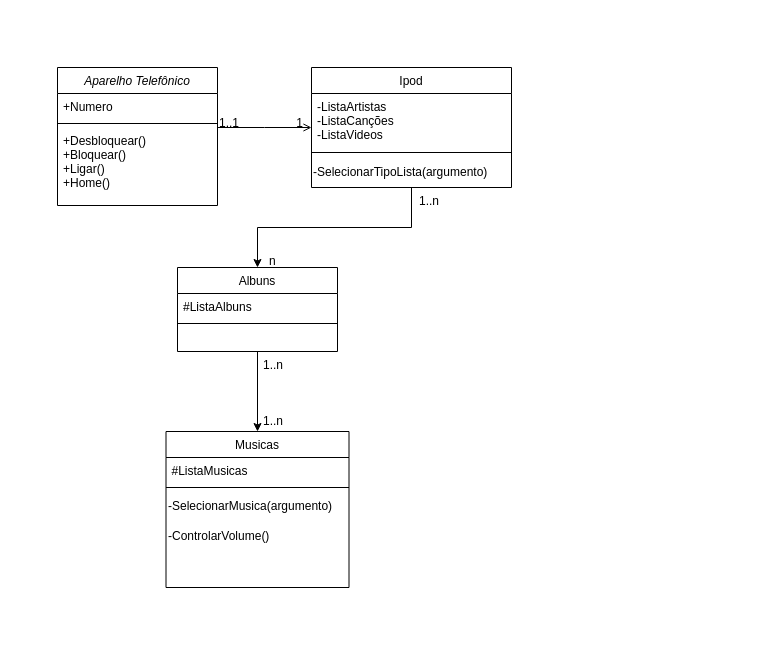
Above: Diagrama sem nome.drawio in alexandremrrocha/UML-IPhone (draw.io), before the change. Source tidied: cells renumbered, new cells numbered last; positions are measured from the earlier drawing's top-left corner, leaving out a move shared by most shapes. Both pictures are drawn from the tidied source at 100%, with x=0, y=0 at pixel (57, 17).
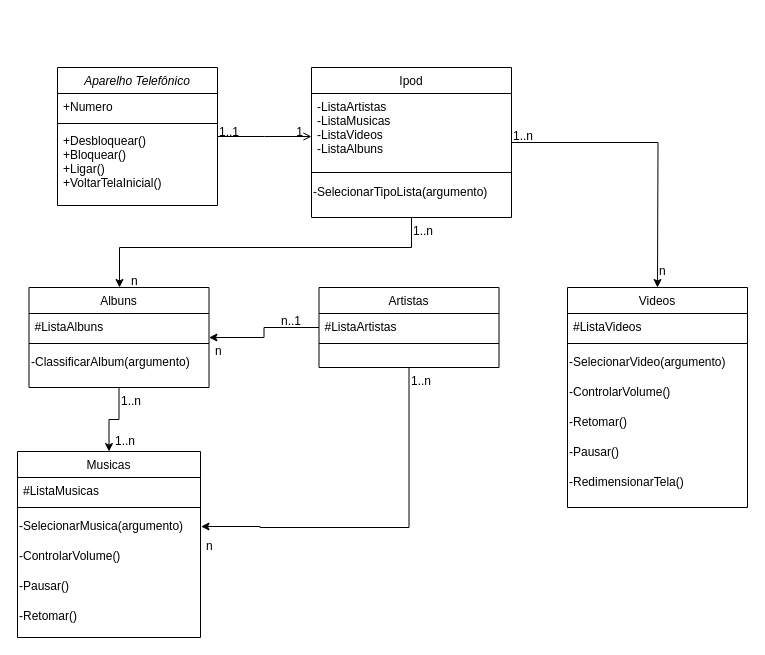
The same diagram, later.

Commit message:
Classe pai Ipod e suas filhas .drawio

The change refers to these unchanged cells:
```xml
<mxCell id="2" value="Aparelho Telefônico" style="swimlane;fontStyle=2;align=center;verticalAlign=top;horizontal=1;startSize=26;rounded=0;shadow=0;strokeWidth=1;" parent="1" vertex="1">
  <mxGeometry y="50" width="160" height="138" as="geometry" />
</mxCell>
<mxCell id="24" value="&lt;div align=&quot;left&quot;&gt;-SelecionarMusica(argumento)&lt;/div&gt;" style="text;html=1;align=left;verticalAlign=middle;points=[];strokeColor=none;fillColor=none;" parent="21" vertex="1">
  <mxGeometry y="60" width="183" height="30" as="geometry" />
</mxCell>
```

Change to the diagram source:
```diff
@@
-    <mxCell id="5" value="+Desbloquear()&#10;+Bloquear()&#10;+Ligar()&#10;+Home()&#10;&#10;" style="text;align=left;verticalAlign=top;spacingLeft=4;spacingRight=4;overflow=hidden;" parent="2" vertex="1">
+    <mxCell id="5" value="+Desbloquear()&#10;+Bloquear()&#10;+Ligar()&#10;+VoltarTelaInicial()&#10;&#10;" style="text;align=left;verticalAlign=top;spacingLeft=4;spacingRight=4;overflow=hidden;" parent="2" vertex="1">
       <mxGeometry y="60" width="160" height="70" as="geometry" />
     </mxCell>
     <mxCell id="6" style="edgeStyle=orthogonalEdgeStyle;rounded=0;jettySize=auto;html=1;" parent="1" edge="1" source="7" target="15">
-      <mxGeometry relative="1" as="geometry" />
+      <mxGeometry relative="1" as="geometry">
+        <Array as="points">
+          <mxPoint x="354" y="230" />
+          <mxPoint x="62" y="230" />
+        </Array>
+      </mxGeometry>
     </mxCell>
+    <mxCell id="28" style="edgeStyle=orthogonalEdgeStyle;rounded=0;jettySize=auto;html=1;" parent="1" edge="1" source="7">
+      <mxGeometry relative="1" as="geometry">
+        <mxPoint x="600" y="270" as="targetPoint" />
+      </mxGeometry>
+    </mxCell>
     <mxCell id="7" value="Ipod" style="swimlane;fontStyle=0;align=center;verticalAlign=top;horizontal=1;startSize=26;rounded=0;shadow=0;strokeWidth=1;" parent="1" vertex="1">
-      <mxGeometry x="254" y="50" width="200" height="120" as="geometry" />
+      <mxGeometry x="254" y="50" width="200" height="150" as="geometry" />
     </mxCell>
-    <mxCell id="8" value="-ListaArtistas&#10;-ListaCanções&#10;-ListaVideos" style="text;align=left;verticalAlign=top;spacingLeft=4;spacingRight=4;overflow=hidden;" parent="7" vertex="1">
-      <mxGeometry y="26" width="200" height="54" as="geometry" />
+    <mxCell id="8" value="-ListaArtistas&#10;-ListaMusicas&#10;-ListaVideos&#10;-ListaAlbuns&#10;" style="text;align=left;verticalAlign=top;spacingLeft=4;spacingRight=4;overflow=hidden;" parent="7" vertex="1">
+      <mxGeometry y="26" width="200" height="74" as="geometry" />
     </mxCell>
     <mxCell id="9" style="line;html=1;strokeWidth=1;align=left;verticalAlign=middle;spacingTop=-1;spacingLeft=3;spacingRight=3;labelPosition=right;" parent="7" vertex="1">
-      <mxGeometry y="80" width="200" height="10" as="geometry" />
+      <mxGeometry y="100" width="200" height="10" as="geometry" />
     </mxCell>
     <mxCell id="10" value="&lt;div align=&quot;left&quot;&gt;-SelecionarTipoLista(argumento)&lt;/div&gt;" style="text;html=1;align=left;verticalAlign=middle;strokeColor=none;fillColor=none;" parent="7" vertex="1">
-      <mxGeometry y="90" width="200" height="30" as="geometry" />
+      <mxGeometry y="110" width="200" height="30" as="geometry" />
     </mxCell>
@@
     <mxCell id="15" value="Albuns" style="swimlane;fontStyle=0;align=center;verticalAlign=top;horizontal=1;startSize=26;rounded=0;shadow=0;strokeWidth=1;" parent="1" vertex="1">
-      <mxGeometry x="120" y="250" width="160" height="84" as="geometry" />
+      <mxGeometry x="-28.5" y="270" width="180" height="100" as="geometry" />
     </mxCell>
     <mxCell id="16" value="#ListaAlbuns" style="text;align=left;verticalAlign=top;spacingLeft=4;spacingRight=4;overflow=hidden;rounded=0;shadow=0;html=0;" parent="15" vertex="1">
-      <mxGeometry y="26" width="160" height="26" as="geometry" />
+      <mxGeometry y="26" width="180" height="26" as="geometry" />
     </mxCell>
     <mxCell id="17" style="line;html=1;strokeWidth=1;align=left;verticalAlign=middle;spacingTop=-1;spacingLeft=3;spacingRight=3;labelPosition=right;" parent="15" vertex="1">
-      <mxGeometry y="52" width="160" height="8" as="geometry" />
+      <mxGeometry y="52" width="180" height="8" as="geometry" />
     </mxCell>
+    <mxCell id="29" value="&lt;div align=&quot;left&quot;&gt;-ClassificarAlbum(argumento)&lt;/div&gt;" style="text;html=1;align=left;verticalAlign=middle;strokeColor=none;fillColor=none;" parent="15" vertex="1">
+      <mxGeometry y="60" width="180" height="30" as="geometry" />
+    </mxCell>
@@
     <mxCell id="19" value="1..n" style="text;whiteSpace=wrap;html=1;" parent="1" vertex="1">
-      <mxGeometry x="360" y="170" width="50" height="40" as="geometry" />
+      <mxGeometry x="354" y="200" width="50" height="40" as="geometry" />
     </mxCell>
     <mxCell id="20" value="n" style="text;whiteSpace=wrap;html=1;" parent="1" vertex="1">
-      <mxGeometry x="210" y="230" width="50" height="40" as="geometry" />
+      <mxGeometry x="71.5" y="250" width="50" height="40" as="geometry" />
     </mxCell>
     <mxCell id="21" value="Musicas" style="swimlane;fontStyle=0;align=center;verticalAlign=top;horizontal=1;startSize=26;rounded=0;shadow=0;strokeWidth=1;" parent="1" vertex="1">
-      <mxGeometry x="108.5" y="414" width="183" height="156" as="geometry" />
+      <mxGeometry x="-40" y="434" width="183" height="186" as="geometry" />
     </mxCell>
@@
+    <mxCell id="30" value="&lt;div align=&quot;left&quot;&gt;-Pausar()&lt;/div&gt;" style="text;html=1;align=left;verticalAlign=middle;strokeColor=none;fillColor=none;" parent="21" vertex="1">
+      <mxGeometry y="120" width="183" height="30" as="geometry" />
+    </mxCell>
+    <mxCell id="31" value="&lt;div align=&quot;left&quot;&gt;-Retomar()&lt;/div&gt;" style="text;html=1;align=left;verticalAlign=middle;strokeColor=none;fillColor=none;" parent="21" vertex="1">
+      <mxGeometry y="150" width="183" height="30" as="geometry" />
+    </mxCell>
     <mxCell id="26" value="1..n" style="text;whiteSpace=wrap;html=1;" parent="1" vertex="1">
-      <mxGeometry x="204" y="334" width="50" height="40" as="geometry" />
+      <mxGeometry x="61.5" y="370" width="50" height="40" as="geometry" />
     </mxCell>
     <mxCell id="27" value="1..n" style="text;whiteSpace=wrap;html=1;" parent="1" vertex="1">
-      <mxGeometry x="204" y="390" width="50" height="40" as="geometry" />
+      <mxGeometry x="55.5" y="410" width="50" height="40" as="geometry" />
     </mxCell>
+    <mxCell id="32" style="edgeStyle=orthogonalEdgeStyle;rounded=0;jettySize=auto;html=1;entryX=1;entryY=0.5;entryDx=0;entryDy=0;" parent="1" edge="1" source="33" target="15">
+      <mxGeometry relative="1" as="geometry" />
+    </mxCell>
+    <mxCell id="33" value="Artistas" style="swimlane;fontStyle=0;align=center;verticalAlign=top;horizontal=1;startSize=26;rounded=0;shadow=0;strokeWidth=1;" parent="1" vertex="1">
+      <mxGeometry x="261.5" y="270" width="180" height="80" as="geometry" />
+    </mxCell>
+    <mxCell id="34" value="#ListaArtistas" style="text;align=left;verticalAlign=top;spacingLeft=4;spacingRight=4;overflow=hidden;rounded=0;shadow=0;html=0;" parent="33" vertex="1">
+      <mxGeometry y="26" width="180" height="26" as="geometry" />
+    </mxCell>
+    <mxCell id="35" style="line;html=1;strokeWidth=1;align=left;verticalAlign=middle;spacingTop=-1;spacingLeft=3;spacingRight=3;labelPosition=right;" parent="33" vertex="1">
+      <mxGeometry y="52" width="180" height="8" as="geometry" />
+    </mxCell>
+    <mxCell id="36" value="n..1" style="text;whiteSpace=wrap;html=1;" parent="1" vertex="1">
+      <mxGeometry x="221.5" y="290" width="50" height="40" as="geometry" />
+    </mxCell>
+    <mxCell id="37" value="n" style="text;whiteSpace=wrap;html=1;" parent="1" vertex="1">
+      <mxGeometry x="155.5" y="320" width="50" height="40" as="geometry" />
+    </mxCell>
+    <mxCell id="38" style="edgeStyle=orthogonalEdgeStyle;rounded=0;jettySize=auto;html=1;entryX=1.003;entryY=0.5;entryDx=0;entryDy=0;entryPerimeter=0;" parent="1" edge="1" source="33" target="24">
+      <mxGeometry relative="1" as="geometry">
+        <Array as="points">
+          <mxPoint x="351.5" y="510" />
+          <mxPoint x="202.5" y="510" />
+          <mxPoint x="202.5" y="509" />
+        </Array>
+      </mxGeometry>
+    </mxCell>
+    <mxCell id="39" value="1..n" style="text;whiteSpace=wrap;html=1;" parent="1" vertex="1">
+      <mxGeometry x="351.5" y="350" width="50" height="40" as="geometry" />
+    </mxCell>
+    <mxCell id="40" value="n" style="text;whiteSpace=wrap;html=1;" parent="1" vertex="1">
+      <mxGeometry x="146.5" y="515" width="50" height="40" as="geometry" />
+    </mxCell>
+    <mxCell id="41" value="Videos" style="swimlane;fontStyle=0;align=center;verticalAlign=top;horizontal=1;startSize=26;rounded=0;shadow=0;strokeWidth=1;" parent="1" vertex="1">
+      <mxGeometry x="510" y="270" width="180" height="220" as="geometry" />
+    </mxCell>
+    <mxCell id="42" value="#ListaVideos" style="text;align=left;verticalAlign=top;spacingLeft=4;spacingRight=4;overflow=hidden;rounded=0;shadow=0;html=0;" parent="41" vertex="1">
+      <mxGeometry y="26" width="180" height="26" as="geometry" />
+    </mxCell>
+    <mxCell id="43" style="line;html=1;strokeWidth=1;align=left;verticalAlign=middle;spacingTop=-1;spacingLeft=3;spacingRight=3;labelPosition=right;" parent="41" vertex="1">
+      <mxGeometry y="52" width="180" height="8" as="geometry" />
+    </mxCell>
+    <mxCell id="44" value="&lt;div align=&quot;left&quot;&gt;-SelecionarVideo(argumento)&lt;/div&gt;" style="text;html=1;align=left;verticalAlign=middle;strokeColor=none;fillColor=none;" parent="41" vertex="1">
+      <mxGeometry y="60" width="180" height="30" as="geometry" />
+    </mxCell>
+    <mxCell id="45" value="&lt;div align=&quot;left&quot;&gt;-ControlarVolume()&lt;/div&gt;" style="text;html=1;align=left;verticalAlign=middle;strokeColor=none;fillColor=none;" parent="41" vertex="1">
+      <mxGeometry y="90" width="180" height="30" as="geometry" />
+    </mxCell>
+    <mxCell id="46" value="&lt;div align=&quot;left&quot;&gt;-Retomar()&lt;/div&gt;" style="text;html=1;align=left;verticalAlign=middle;strokeColor=none;fillColor=none;" parent="41" vertex="1">
+      <mxGeometry y="120" width="180" height="30" as="geometry" />
+    </mxCell>
+    <mxCell id="47" value="&lt;div align=&quot;left&quot;&gt;-Pausar()&lt;/div&gt;" style="text;html=1;align=left;verticalAlign=middle;strokeColor=none;fillColor=none;" parent="41" vertex="1">
+      <mxGeometry y="150" width="180" height="30" as="geometry" />
+    </mxCell>
+    <mxCell id="48" value="&lt;div align=&quot;left&quot;&gt;-RedimensionarTela()&lt;/div&gt;" style="text;html=1;align=left;verticalAlign=middle;strokeColor=none;fillColor=none;" parent="41" vertex="1">
+      <mxGeometry y="180" width="180" height="30" as="geometry" />
+    </mxCell>
+    <mxCell id="49" value="1..n" style="text;whiteSpace=wrap;html=1;" parent="1" vertex="1">
+      <mxGeometry x="454" y="105" width="50" height="40" as="geometry" />
+    </mxCell>
+    <mxCell id="50" value="n" style="text;whiteSpace=wrap;html=1;" parent="1" vertex="1">
+      <mxGeometry x="600" y="240" width="50" height="40" as="geometry" />
+    </mxCell>
```
